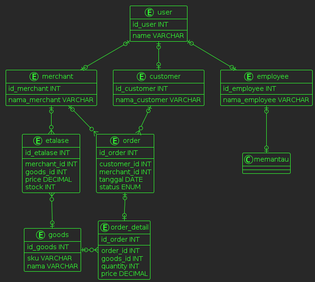
This is out/abucom_erd/abucom2-1.png from kaattuu/abucom_erd, a PlantUML export, as it was before one commit.
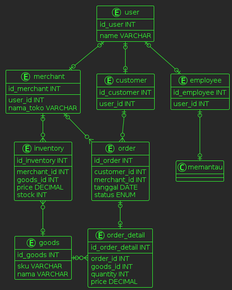
After the change.

Diff of the diagram source:
```diff
@@ -10,23 +10,24 @@
 entity merchant {
     id_merchant INT
     --
-    nama_merchant VARCHAR
+    user_id INT
+    nama_toko VARCHAR
 }
 
 entity customer {
     id_customer INT
     --
-    nama_customer VARCHAR
+    user_id INT
 }
 
 entity employee {
     id_employee INT
     --
-    nama_employee VARCHAR
+    user_id INT
 }
 
-entity etalase {
-    id_etalase INT
+entity inventory {
+    id_inventory INT
     --
     merchant_id INT
     goods_id INT
@@ -44,7 +45,7 @@
 }
 
 entity order_detail {
-    id_order INT
+    id_order_detail INT
     --
     order_id INT
     goods_id INT
@@ -67,7 +68,7 @@
 user |o--o| employee
 
 
-merchant |o--o{ etalase
+merchant |o--o{ inventory
 merchant |o--o{ order
 customer |o--o{ order
 employee |o--o| memantau
@@ -76,7 +77,7 @@
 order |o--o| order_detail
 
 
-etalase }o--o| goods
+inventory }o--o| goods
 
 
 goods |o-o{ order_detail
```
